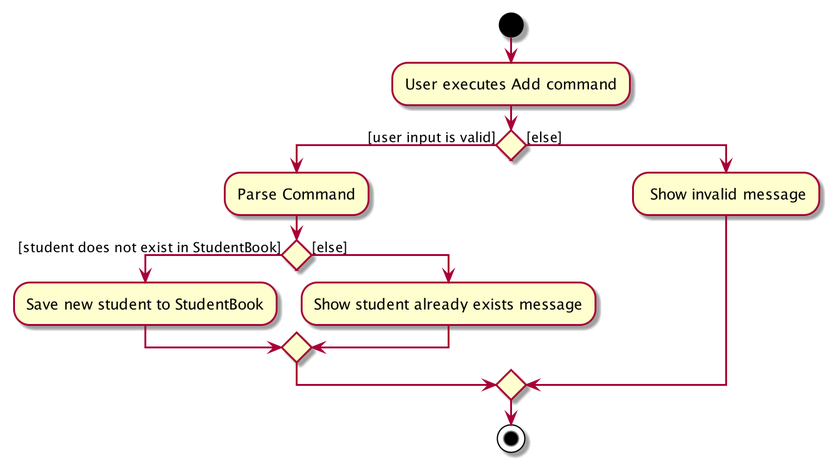
Above: docs/images/CommitActivityDiagram.png in nus-cs2103-AY2021S2/tp (PlantUML), before the change. The source it was exported from:
```plantuml
@startuml
start
:User executes Add command;


if () then ([user input is valid])
    :Parse Command;
    if () then ([student does not exist in StudentBook])
        :Save new student to StudentBook;
    else ([else])
        :Show student already exists message;
    endif
else ([else])
    : Show invalid message;
endif
stop
@enduml
```
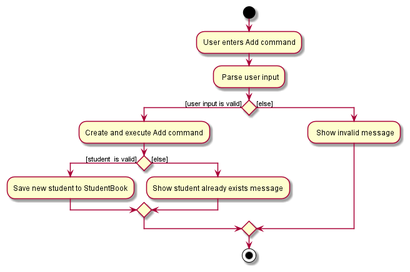
The same diagram one commit later.

Commit message:
Change activity diagram for add

The edit, as a diff of the source:
```diff
@@ -1,11 +1,12 @@
 @startuml
 start
-:User executes Add command;
+:User enters Add command;
+: Parse user input;
 
 
 if () then ([user input is valid])
-    :Parse Command;
-    if () then ([student does not exist in StudentBook])
+    :Create and execute Add command;
+    if () then ([student  is valid])
         :Save new student to StudentBook;
     else ([else])
         :Show student already exists message;
```
